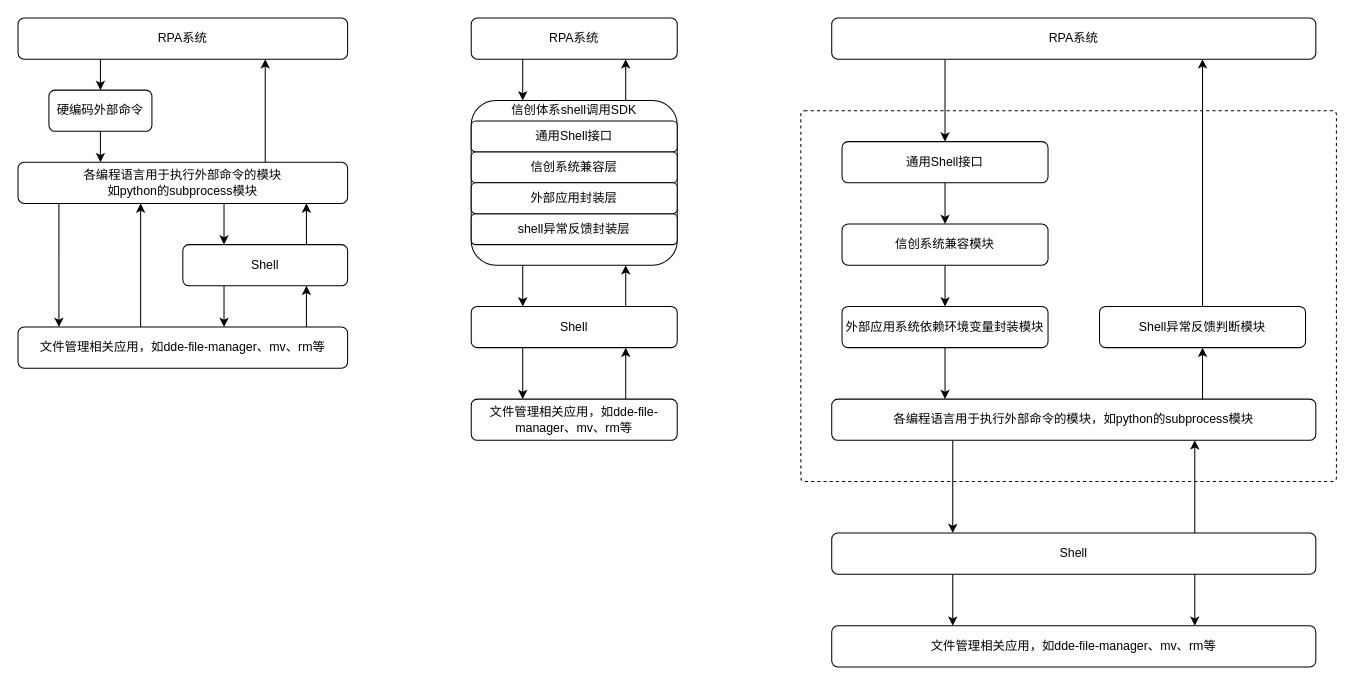
This is 【专利图】信创文件管理.drawio from ColonelDarcy2018/excelsior, a draw.io file, before an edit. Source tidied: cells renumbered, new cells numbered last; positions are measured from the earlier drawing's top-left corner, leaving out a move shared by most shapes. Both pictures are drawn from the tidied source at 103%, with x=0, y=0 at pixel (18, 18).
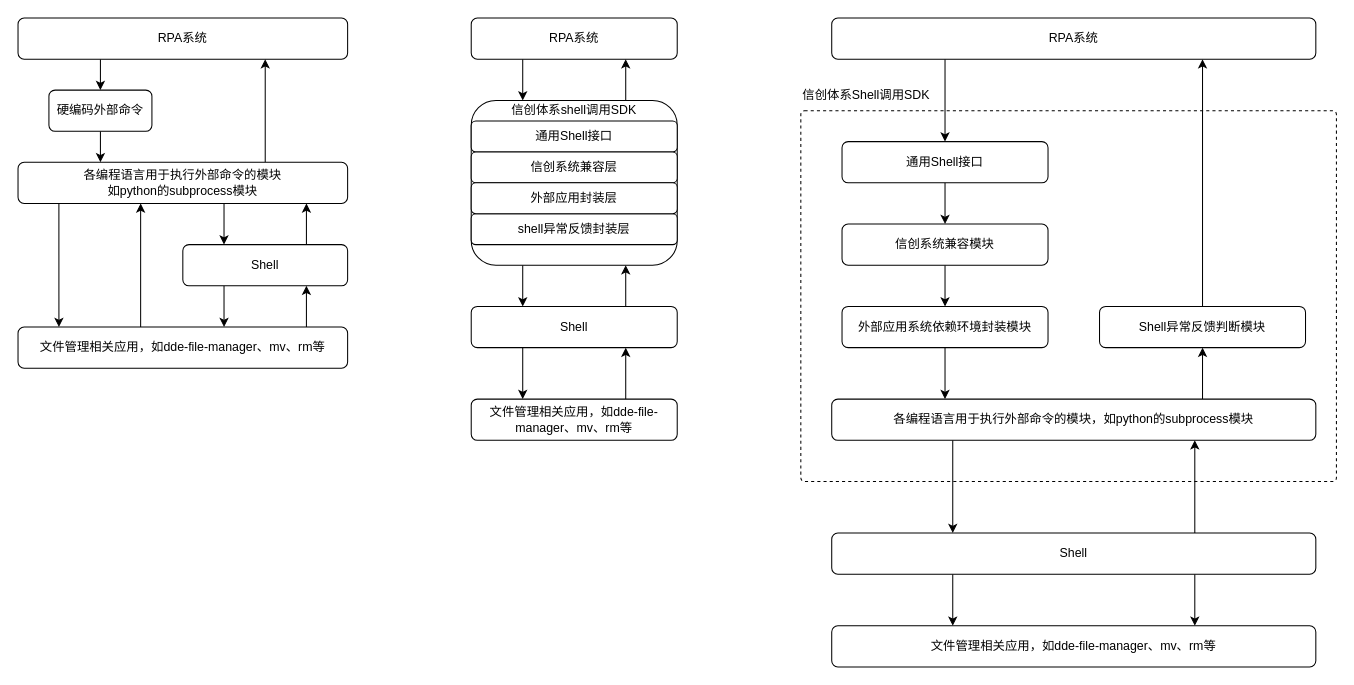
Above is the later version.

Commit message:
更新【专利图】信创文件管理.drawio

Diff of the diagram source:
```diff
@@
-    <mxCell id="41" value="外部应用系统依赖环境变量封装模块" style="rounded=1;whiteSpace=wrap;html=1;" parent="1" vertex="1">
+    <mxCell id="41" value="外部应用系统依赖环境封装模块" style="rounded=1;whiteSpace=wrap;html=1;" parent="1" vertex="1">
       <mxGeometry x="800" y="280" width="200" height="40" as="geometry" />
     </mxCell>
@@
+    <mxCell id="50" value="信创体系Shell调用SDK" style="text;html=1;strokeColor=none;fillColor=none;align=left;verticalAlign=middle;whiteSpace=wrap;rounded=0;" parent="1" vertex="1">
+      <mxGeometry x="760" y="60" width="140" height="30" as="geometry" />
+    </mxCell>
```
